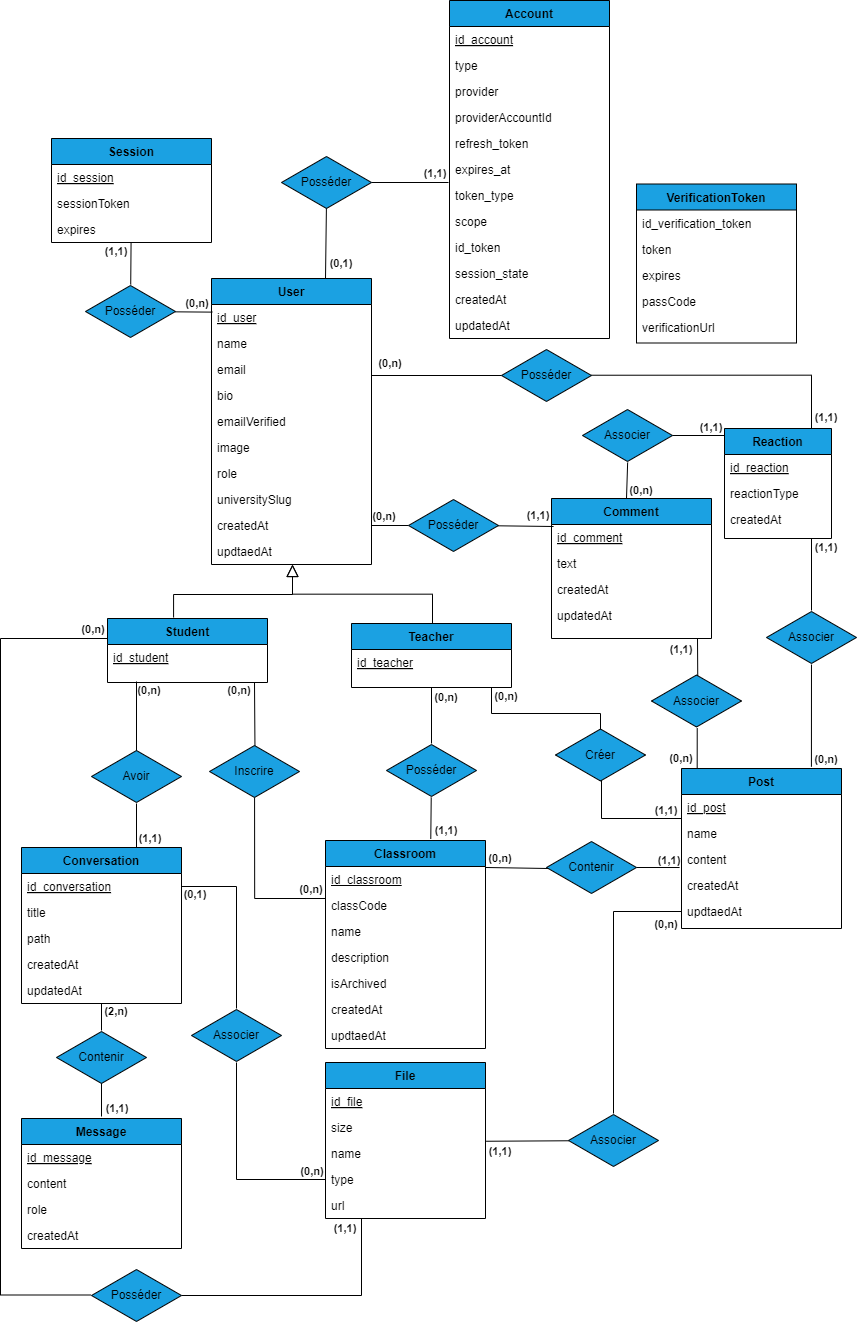
Before: docs/images/chp4/fig5.png, a diagram exported from draw.io (undrstnd-labs/education). Source tidied: cells renumbered, new cells last; positions are measured from the earlier drawing's top-left corner, leaving out a move shared by most shapes.
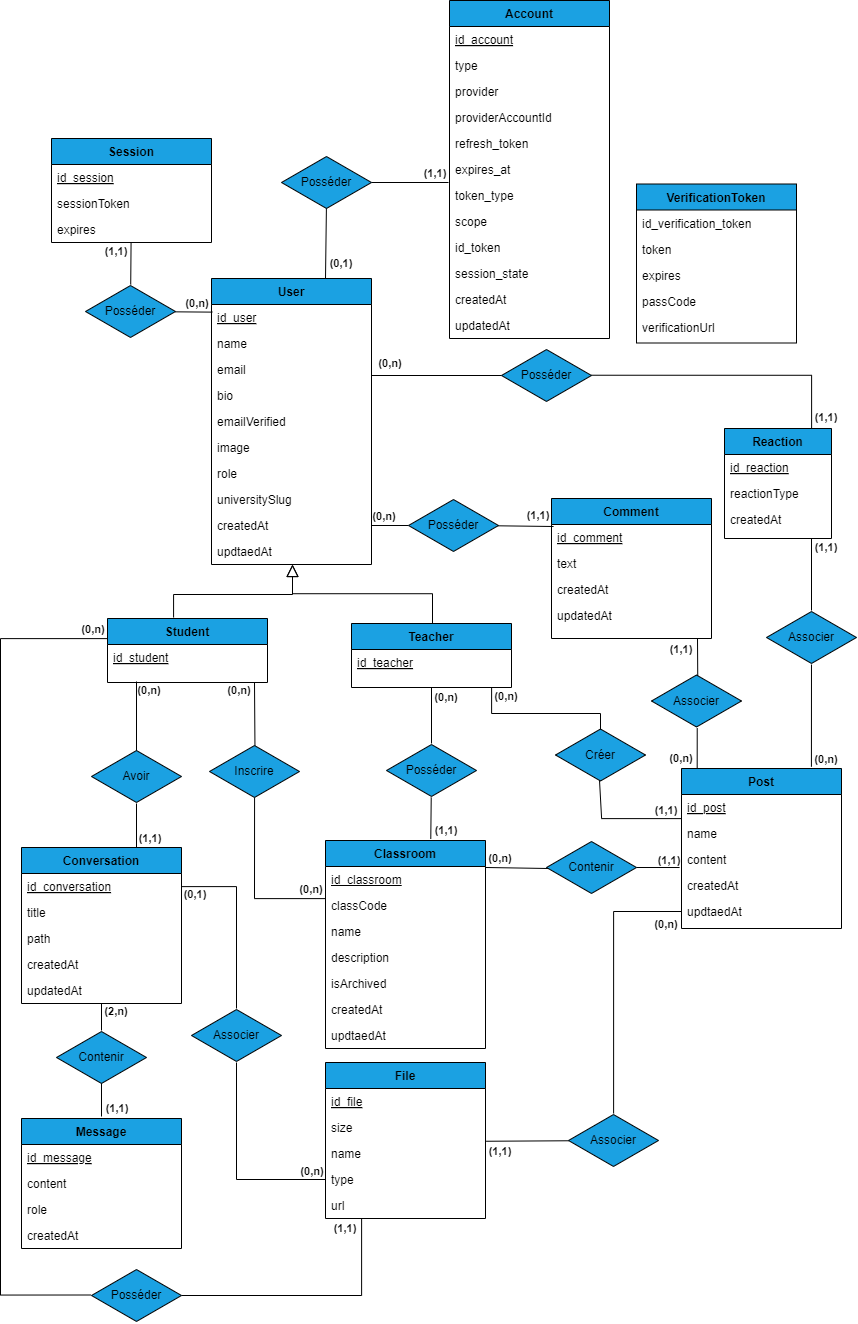
The same file after the commit.

Commit message:
:recycle:  Updated: MCD & Class Diagram

Diff of the diagram source:
```diff
@@ -295,21 +295,6 @@
     <mxCell id="85" value="Posséder" style="html=1;whiteSpace=wrap;shape=isoRectangle;fillColor=#1BA1E2;" parent="1" vertex="1">
       <mxGeometry x="501" y="348" width="90" height="54" as="geometry" />
     </mxCell>
-    <mxCell id="86" style="edgeStyle=none;curved=1;rounded=0;orthogonalLoop=1;jettySize=auto;html=1;fontSize=12;startSize=8;endSize=8;entryX=0.5;entryY=0;entryDx=0;entryDy=0;endArrow=none;endFill=0;" parent="1" edge="1">
-      <mxGeometry relative="1" as="geometry">
-        <mxPoint x="627.1" y="462" as="sourcePoint" />
-        <mxPoint x="626" y="498" as="targetPoint" />
-      </mxGeometry>
-    </mxCell>
-    <mxCell id="87" style="edgeStyle=none;curved=1;rounded=0;orthogonalLoop=1;jettySize=auto;html=1;fontSize=12;startSize=8;endSize=8;endArrow=none;endFill=0;" parent="1" edge="1">
-      <mxGeometry relative="1" as="geometry">
-        <mxPoint x="672" y="435" as="sourcePoint" />
-        <mxPoint x="724" y="435" as="targetPoint" />
-      </mxGeometry>
-    </mxCell>
-    <mxCell id="88" value="Associer" style="html=1;whiteSpace=wrap;shape=isoRectangle;fillColor=#1BA1E2;" parent="1" vertex="1">
-      <mxGeometry x="582" y="408" width="90" height="54" as="geometry" />
-    </mxCell>
     <mxCell id="89" style="edgeStyle=none;curved=1;rounded=0;jettySize=auto;html=1;fontSize=12;startSize=8;endSize=8;endArrow=none;endFill=0;entryX=0.5;entryY=1;entryDx=0;entryDy=0;" parent="1" edge="1" source="91" target="48">
       <mxGeometry relative="1" as="geometry" />
     </mxCell>
@@ -502,12 +487,6 @@
     <mxCell id="145" value="(1,1)" style="text;strokeColor=none;fillColor=none;html=1;align=center;verticalAlign=middle;whiteSpace=wrap;rounded=0;fontSize=11;fontStyle=1;" parent="1" vertex="1">
       <mxGeometry x="796" y="532" width="60" height="30" as="geometry" />
     </mxCell>
-    <mxCell id="146" value="(0,n)" style="text;strokeColor=none;fillColor=none;html=1;align=center;verticalAlign=middle;whiteSpace=wrap;rounded=0;fontSize=11;fontStyle=1;" parent="1" vertex="1">
-      <mxGeometry x="611" y="475" width="60" height="30" as="geometry" />
-    </mxCell>
-    <mxCell id="147" value="(1,1)" style="text;strokeColor=none;fillColor=none;html=1;align=center;verticalAlign=middle;whiteSpace=wrap;rounded=0;fontSize=11;fontStyle=1;" parent="1" vertex="1">
-      <mxGeometry x="681" y="412" width="60" height="30" as="geometry" />
-    </mxCell>
     <mxCell id="148" value="(1,1)" style="text;strokeColor=none;fillColor=none;html=1;align=center;verticalAlign=middle;whiteSpace=wrap;rounded=0;fontSize=11;fontStyle=1;" parent="1" vertex="1">
       <mxGeometry x="120" y="823" width="60" height="30" as="geometry" />
     </mxCell>
```
